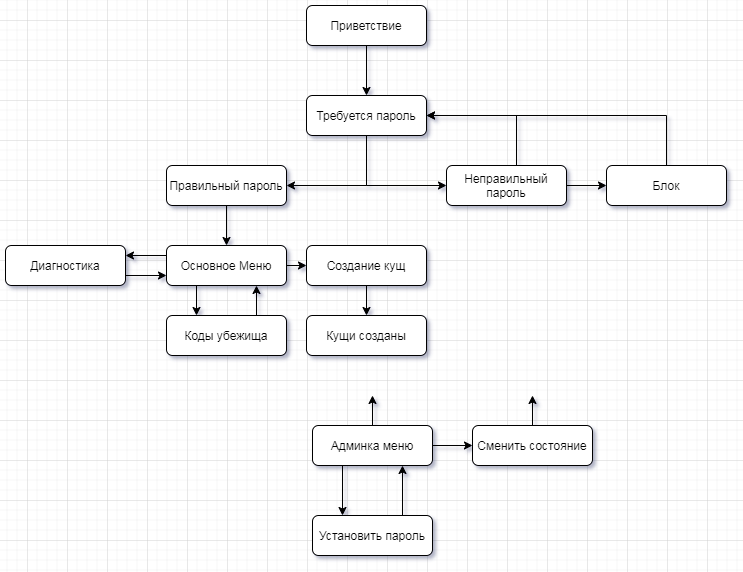
Above: GECK.png in aK0nshin/arduino-GECK (draw.io), before the change. Source tidied: cells renumbered, new cells last; positions are measured from the earlier drawing's top-left corner, leaving out a move shared by most shapes. The source it was exported from:
```xml
<mxGraphModel>
  <root>
    <mxCell id="0" />
    <mxCell id="1" parent="0" />
    <mxCell id="2" style="edgeStyle=orthogonalEdgeStyle;rounded=0;jettySize=auto;html=1;" parent="1" edge="1" source="3" target="6">
      <mxGeometry relative="1" as="geometry" />
    </mxCell>
    <mxCell id="3" value="Приветствие" style="rounded=1;whiteSpace=wrap;html=1;fontSize=12;glass=0;strokeWidth=1;shadow=0;" parent="1" vertex="1">
      <mxGeometry x="301" width="120" height="40" as="geometry" />
    </mxCell>
    <mxCell id="4" style="edgeStyle=orthogonalEdgeStyle;rounded=0;jettySize=auto;html=1;entryX=1;entryY=0.5;entryDx=0;entryDy=0;exitX=0.5;exitY=1;exitDx=0;exitDy=0;" parent="1" edge="1" source="6" target="26">
      <mxGeometry relative="1" as="geometry" />
    </mxCell>
    <mxCell id="5" style="edgeStyle=orthogonalEdgeStyle;rounded=0;jettySize=auto;html=1;entryX=0;entryY=0.5;entryDx=0;entryDy=0;" parent="1" edge="1" source="6" target="15">
      <mxGeometry relative="1" as="geometry">
        <Array as="points">
          <mxPoint x="361" y="180" />
        </Array>
      </mxGeometry>
    </mxCell>
    <mxCell id="6" value="Требуется пароль" style="rounded=1;whiteSpace=wrap;html=1;fontSize=12;glass=0;strokeWidth=1;shadow=0;" parent="1" vertex="1">
      <mxGeometry x="301" y="90" width="120" height="40" as="geometry" />
    </mxCell>
    <mxCell id="7" style="edgeStyle=orthogonalEdgeStyle;rounded=0;jettySize=auto;html=1;exitX=0.25;exitY=1;exitDx=0;exitDy=0;entryX=0.25;entryY=0;entryDx=0;entryDy=0;" parent="1" edge="1" source="10" target="28">
      <mxGeometry relative="1" as="geometry" />
    </mxCell>
    <mxCell id="8" style="edgeStyle=orthogonalEdgeStyle;rounded=0;jettySize=auto;html=1;" parent="1" edge="1" source="10">
      <mxGeometry relative="1" as="geometry">
        <mxPoint x="367" y="390" as="targetPoint" />
      </mxGeometry>
    </mxCell>
    <mxCell id="9" style="edgeStyle=orthogonalEdgeStyle;rounded=0;jettySize=auto;html=1;entryX=0;entryY=0.5;entryDx=0;entryDy=0;" parent="1" edge="1" source="10" target="12">
      <mxGeometry relative="1" as="geometry" />
    </mxCell>
    <mxCell id="10" value="Админка меню" style="rounded=1;whiteSpace=wrap;html=1;fontSize=12;glass=0;strokeWidth=1;shadow=0;" parent="1" vertex="1">
      <mxGeometry x="307" y="420" width="120" height="40" as="geometry" />
    </mxCell>
    <mxCell id="11" style="edgeStyle=orthogonalEdgeStyle;rounded=0;jettySize=auto;html=1;" parent="1" edge="1" source="12">
      <mxGeometry relative="1" as="geometry">
        <mxPoint x="527" y="390" as="targetPoint" />
      </mxGeometry>
    </mxCell>
    <mxCell id="12" value="Сменить состояние" style="rounded=1;whiteSpace=wrap;html=1;fontSize=12;glass=0;strokeWidth=1;shadow=0;" parent="1" vertex="1">
      <mxGeometry x="467" y="420" width="120" height="40" as="geometry" />
    </mxCell>
    <mxCell id="13" style="edgeStyle=orthogonalEdgeStyle;rounded=0;jettySize=auto;html=1;" parent="1" edge="1" source="15" target="17">
      <mxGeometry relative="1" as="geometry" />
    </mxCell>
    <mxCell id="14" style="edgeStyle=orthogonalEdgeStyle;rounded=0;jettySize=auto;html=1;entryX=1;entryY=0.5;entryDx=0;entryDy=0;exitX=0.5;exitY=0;exitDx=0;exitDy=0;" parent="1" edge="1" source="15" target="6">
      <mxGeometry relative="1" as="geometry">
        <Array as="points">
          <mxPoint x="511" y="110" />
        </Array>
      </mxGeometry>
    </mxCell>
    <mxCell id="15" value="Неправильный пароль" style="rounded=1;whiteSpace=wrap;html=1;fontSize=12;glass=0;strokeWidth=1;shadow=0;" parent="1" vertex="1">
      <mxGeometry x="441" y="160" width="120" height="40" as="geometry" />
    </mxCell>
    <mxCell id="16" style="edgeStyle=orthogonalEdgeStyle;rounded=0;jettySize=auto;html=1;entryX=1;entryY=0.5;entryDx=0;entryDy=0;" parent="1" edge="1" source="17" target="6">
      <mxGeometry relative="1" as="geometry">
        <Array as="points">
          <mxPoint x="661" y="110" />
        </Array>
      </mxGeometry>
    </mxCell>
    <mxCell id="17" value="Блок" style="rounded=1;whiteSpace=wrap;html=1;fontSize=12;glass=0;strokeWidth=1;shadow=0;" parent="1" vertex="1">
      <mxGeometry x="601" y="160" width="120" height="40" as="geometry" />
    </mxCell>
    <mxCell id="18" style="edgeStyle=orthogonalEdgeStyle;rounded=0;jettySize=auto;html=1;exitX=0;exitY=0.25;exitDx=0;exitDy=0;entryX=1;entryY=0.25;entryDx=0;entryDy=0;" parent="1" edge="1" source="21" target="30">
      <mxGeometry relative="1" as="geometry" />
    </mxCell>
    <mxCell id="19" style="edgeStyle=orthogonalEdgeStyle;rounded=0;jettySize=auto;html=1;exitX=0.25;exitY=1;exitDx=0;exitDy=0;entryX=0.25;entryY=0;entryDx=0;entryDy=0;" parent="1" edge="1" source="21" target="32">
      <mxGeometry relative="1" as="geometry" />
    </mxCell>
    <mxCell id="20" style="edgeStyle=orthogonalEdgeStyle;rounded=0;jettySize=auto;html=1;exitX=1;exitY=0.5;exitDx=0;exitDy=0;entryX=0;entryY=0.5;entryDx=0;entryDy=0;" parent="1" edge="1" source="21" target="23">
      <mxGeometry relative="1" as="geometry" />
    </mxCell>
    <mxCell id="21" value="Основное Меню" style="rounded=1;whiteSpace=wrap;html=1;fontSize=12;glass=0;strokeWidth=1;shadow=0;" parent="1" vertex="1">
      <mxGeometry x="161" y="240" width="120" height="40" as="geometry" />
    </mxCell>
    <mxCell id="22" style="edgeStyle=orthogonalEdgeStyle;rounded=0;jettySize=auto;html=1;" parent="1" edge="1" source="23" target="24">
      <mxGeometry relative="1" as="geometry" />
    </mxCell>
    <mxCell id="23" value="Создание кущ" style="rounded=1;whiteSpace=wrap;html=1;fontSize=12;glass=0;strokeWidth=1;shadow=0;" parent="1" vertex="1">
      <mxGeometry x="301" y="240" width="120" height="40" as="geometry" />
    </mxCell>
    <mxCell id="24" value="Кущи созданы" style="rounded=1;whiteSpace=wrap;html=1;fontSize=12;glass=0;strokeWidth=1;shadow=0;" parent="1" vertex="1">
      <mxGeometry x="301" y="310" width="120" height="40" as="geometry" />
    </mxCell>
    <mxCell id="25" style="edgeStyle=orthogonalEdgeStyle;rounded=0;jettySize=auto;html=1;" parent="1" edge="1" source="26" target="21">
      <mxGeometry relative="1" as="geometry" />
    </mxCell>
    <mxCell id="26" value="Правильный пароль" style="rounded=1;whiteSpace=wrap;html=1;fontSize=12;glass=0;strokeWidth=1;shadow=0;" parent="1" vertex="1">
      <mxGeometry x="161" y="160" width="120" height="40" as="geometry" />
    </mxCell>
    <mxCell id="27" style="edgeStyle=orthogonalEdgeStyle;rounded=0;jettySize=auto;html=1;exitX=0.75;exitY=0;exitDx=0;exitDy=0;entryX=0.75;entryY=1;entryDx=0;entryDy=0;" parent="1" edge="1" source="28" target="10">
      <mxGeometry relative="1" as="geometry" />
    </mxCell>
    <mxCell id="28" value="Установить пароль" style="rounded=1;whiteSpace=wrap;html=1;fontSize=12;glass=0;strokeWidth=1;shadow=0;" parent="1" vertex="1">
      <mxGeometry x="307" y="510" width="120" height="40" as="geometry" />
    </mxCell>
    <mxCell id="29" style="edgeStyle=orthogonalEdgeStyle;rounded=0;jettySize=auto;html=1;entryX=0;entryY=0.75;entryDx=0;entryDy=0;exitX=1;exitY=0.75;exitDx=0;exitDy=0;" parent="1" edge="1" source="30" target="21">
      <mxGeometry relative="1" as="geometry">
        <Array as="points">
          <mxPoint x="91" y="270" />
          <mxPoint x="91" y="270" />
        </Array>
      </mxGeometry>
    </mxCell>
    <mxCell id="30" value="Диагностика" style="rounded=1;whiteSpace=wrap;html=1;fontSize=12;glass=0;strokeWidth=1;shadow=0;" parent="1" vertex="1">
      <mxGeometry y="240" width="120" height="40" as="geometry" />
    </mxCell>
    <mxCell id="31" style="edgeStyle=orthogonalEdgeStyle;rounded=0;jettySize=auto;html=1;exitX=0.75;exitY=0;exitDx=0;exitDy=0;entryX=0.75;entryY=1;entryDx=0;entryDy=0;" parent="1" edge="1" source="32" target="21">
      <mxGeometry relative="1" as="geometry" />
    </mxCell>
    <mxCell id="32" value="Коды убежища" style="rounded=1;whiteSpace=wrap;html=1;fontSize=12;glass=0;strokeWidth=1;shadow=0;" parent="1" vertex="1">
      <mxGeometry x="161" y="310" width="120" height="40" as="geometry" />
    </mxCell>
  </root>
</mxGraphModel>
```
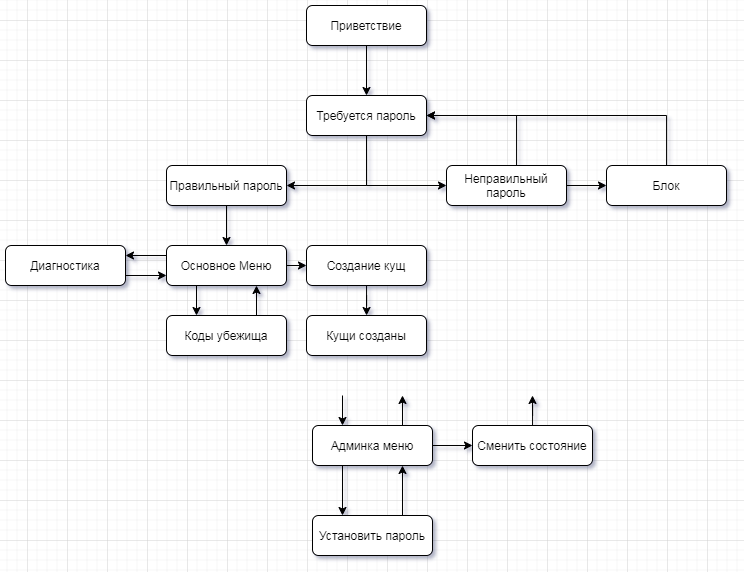
Above is the later version.

The edit, as a diff of the source:
```diff
@@ -24,14 +24,19 @@
     <mxCell id="7" style="edgeStyle=orthogonalEdgeStyle;rounded=0;jettySize=auto;html=1;exitX=0.25;exitY=1;exitDx=0;exitDy=0;entryX=0.25;entryY=0;entryDx=0;entryDy=0;" parent="1" edge="1" source="10" target="28">
       <mxGeometry relative="1" as="geometry" />
     </mxCell>
-    <mxCell id="8" style="edgeStyle=orthogonalEdgeStyle;rounded=0;jettySize=auto;html=1;" parent="1" edge="1" source="10">
-      <mxGeometry relative="1" as="geometry">
-        <mxPoint x="367" y="390" as="targetPoint" />
-      </mxGeometry>
-    </mxCell>
     <mxCell id="9" style="edgeStyle=orthogonalEdgeStyle;rounded=0;jettySize=auto;html=1;entryX=0;entryY=0.5;entryDx=0;entryDy=0;" parent="1" edge="1" source="10" target="12">
       <mxGeometry relative="1" as="geometry" />
     </mxCell>
+    <mxCell id="33" style="edgeStyle=orthogonalEdgeStyle;rounded=0;jettySize=auto;html=1;exitX=0.75;exitY=0;exitDx=0;exitDy=0;" parent="1" edge="1" source="10">
+      <mxGeometry relative="1" as="geometry">
+        <mxPoint x="397" y="390" as="targetPoint" />
+      </mxGeometry>
+    </mxCell>
+    <mxCell id="34" style="edgeStyle=orthogonalEdgeStyle;rounded=0;jettySize=auto;html=1;entryX=0.25;entryY=0;entryDx=0;entryDy=0;" parent="1" edge="1" target="10">
+      <mxGeometry relative="1" as="geometry">
+        <mxPoint x="337" y="390" as="sourcePoint" />
+      </mxGeometry>
+    </mxCell>
     <mxCell id="10" value="Админка меню" style="rounded=1;whiteSpace=wrap;html=1;fontSize=12;glass=0;strokeWidth=1;shadow=0;" parent="1" vertex="1">
       <mxGeometry x="307" y="420" width="120" height="40" as="geometry" />
     </mxCell>
```
